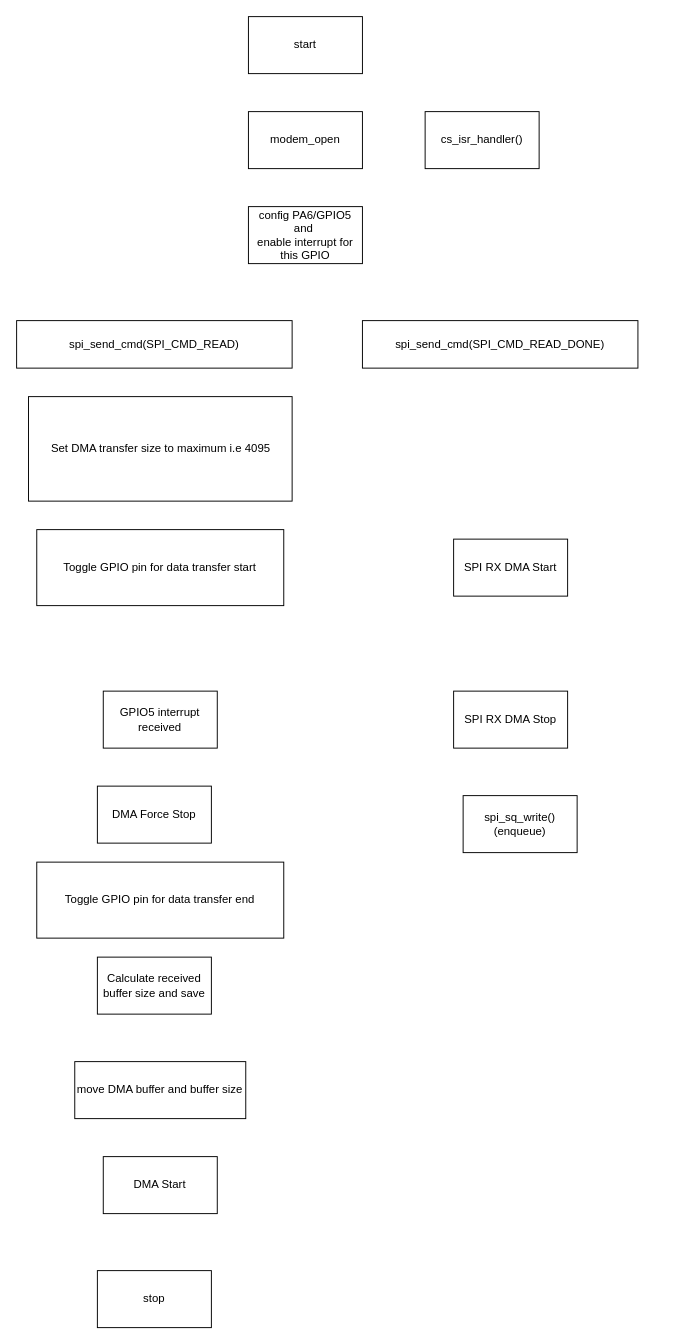
The draw.io diagram dma_spi_modem.drawio in nishitp007/temp, before the edit. Source tidied: cells renumbered, new cells numbered last; positions are measured from the earlier drawing's top-left corner, leaving out a move shared by most shapes. Both pictures are drawn from the tidied source at 95%, with x=0, y=0 at pixel (16, 16).
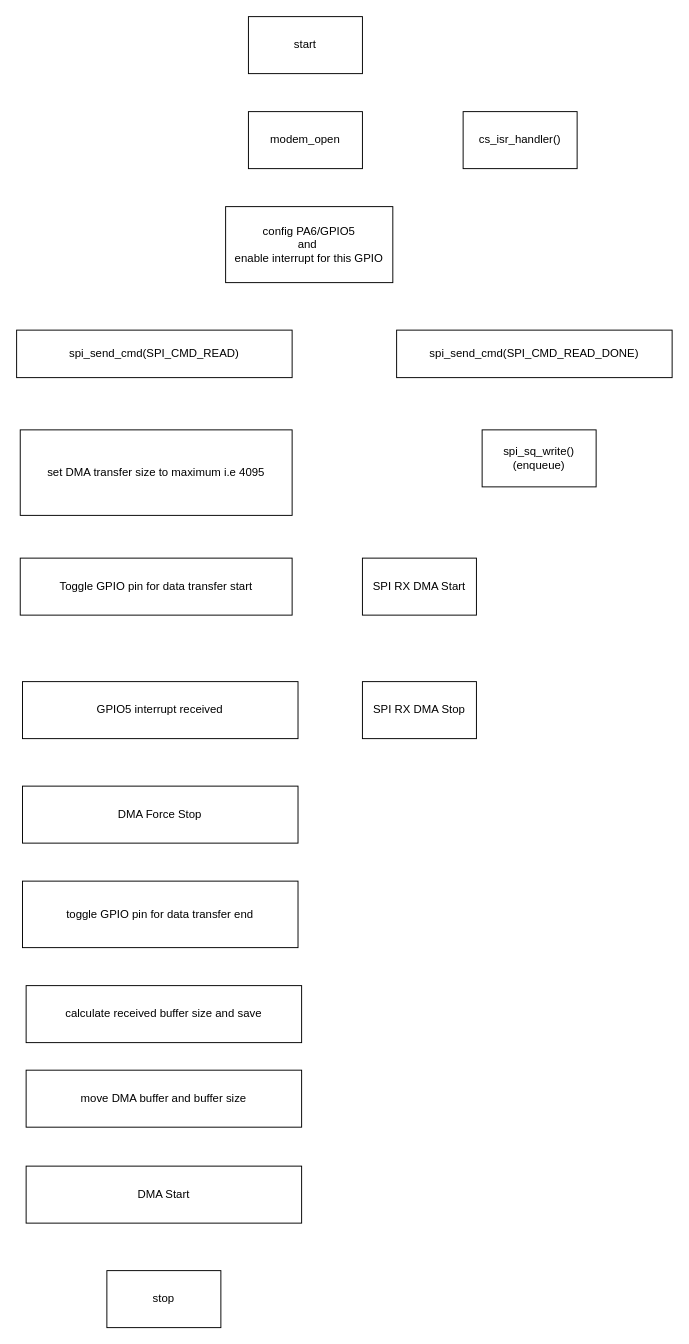
The same page after the edit.

Diff of the diagram source:
```diff
@@
 <mxGraphModel>
   <root>
     <mxCell id="0" />
     <mxCell id="1" parent="0" />
     <mxCell id="2" value="start" style="rounded=0;whiteSpace=wrap;html=1;" parent="1" vertex="1">
       <mxGeometry x="244" width="120" height="60" as="geometry" />
     </mxCell>
     <mxCell id="3" value="modem_open" style="rounded=0;whiteSpace=wrap;html=1;" parent="1" vertex="1">
       <mxGeometry x="244" y="100" width="120" height="60" as="geometry" />
     </mxCell>
     <mxCell id="4" value="config PA6/GPIO5&lt;br&gt;and&amp;nbsp;&lt;br&gt;enable interrupt for this GPIO" style="rounded=0;whiteSpace=wrap;html=1;" parent="1" vertex="1">
-      <mxGeometry x="244" y="200" width="120" height="60" as="geometry" />
+      <mxGeometry x="220" y="200" width="176" height="80" as="geometry" />
     </mxCell>
     <mxCell id="5" value="spi_send_cmd(SPI_CMD_READ)" style="rounded=0;whiteSpace=wrap;html=1;" parent="1" vertex="1">
-      <mxGeometry y="320" width="290" height="50" as="geometry" />
+      <mxGeometry y="330" width="290" height="50" as="geometry" />
     </mxCell>
     <mxCell id="6" value="spi_send_cmd(SPI_CMD_READ_DONE)" style="rounded=0;whiteSpace=wrap;html=1;" parent="1" vertex="1">
-      <mxGeometry x="364" y="320" width="290" height="50" as="geometry" />
+      <mxGeometry x="400" y="330" width="290" height="50" as="geometry" />
     </mxCell>
     <mxCell id="7" value="cs_isr_handler()" style="rounded=0;whiteSpace=wrap;html=1;" parent="1" vertex="1">
-      <mxGeometry x="430" y="100" width="120" height="60" as="geometry" />
+      <mxGeometry x="470" y="100" width="120" height="60" as="geometry" />
     </mxCell>
     <mxCell id="8" value="Toggle GPIO pin for data transfer start" style="rounded=0;whiteSpace=wrap;html=1;" parent="1" vertex="1">
-      <mxGeometry x="21.2" y="540" width="260" height="80" as="geometry" />
+      <mxGeometry x="3.8" y="570" width="286.2" height="60" as="geometry" />
     </mxCell>
-    <mxCell id="9" value="Set DMA transfer size to maximum i.e 4095" style="rounded=0;whiteSpace=wrap;html=1;" parent="1" vertex="1">
-      <mxGeometry x="12.5" y="400" width="277.5" height="110" as="geometry" />
+    <mxCell id="9" value="set DMA transfer size to maximum i.e 4095" style="rounded=0;whiteSpace=wrap;html=1;" parent="1" vertex="1">
+      <mxGeometry x="3.8" y="435" width="286.2" height="90" as="geometry" />
     </mxCell>
     <mxCell id="10" value="SPI RX DMA Start" style="rounded=0;whiteSpace=wrap;html=1;" parent="1" vertex="1">
-      <mxGeometry x="460" y="550" width="120" height="60" as="geometry" />
+      <mxGeometry x="364" y="570" width="120" height="60" as="geometry" />
     </mxCell>
     <mxCell id="11" value="SPI RX DMA Stop" style="rounded=0;whiteSpace=wrap;html=1;" parent="1" vertex="1">
-      <mxGeometry x="460" y="710" width="120" height="60" as="geometry" />
+      <mxGeometry x="364" y="700" width="120" height="60" as="geometry" />
     </mxCell>
     <mxCell id="12" value="GPIO5 interrupt received" style="rounded=0;whiteSpace=wrap;html=1;" parent="1" vertex="1">
-      <mxGeometry x="91.2" y="710" width="120" height="60" as="geometry" />
+      <mxGeometry x="6.2" y="700" width="290" height="60" as="geometry" />
     </mxCell>
     <mxCell id="13" value="DMA Force Stop" style="rounded=0;whiteSpace=wrap;html=1;" parent="1" vertex="1">
-      <mxGeometry x="85" y="810" width="120" height="60" as="geometry" />
+      <mxGeometry x="6.2" y="810" width="290" height="60" as="geometry" />
     </mxCell>
-    <mxCell id="14" value="Toggle GPIO pin for data transfer end" style="rounded=0;whiteSpace=wrap;html=1;" parent="1" vertex="1">
-      <mxGeometry x="21.2" y="890" width="260" height="80" as="geometry" />
+    <mxCell id="14" value="toggle GPIO pin for data transfer end" style="rounded=0;whiteSpace=wrap;html=1;" parent="1" vertex="1">
+      <mxGeometry x="6.2" y="910" width="290" height="70" as="geometry" />
     </mxCell>
     <mxCell id="15" value="spi_sq_write()&lt;br&gt;(enqueue)" style="rounded=0;whiteSpace=wrap;html=1;" parent="1" vertex="1">
-      <mxGeometry x="470" y="820" width="120" height="60" as="geometry" />
+      <mxGeometry x="490" y="435" width="120" height="60" as="geometry" />
     </mxCell>
-    <mxCell id="16" value="Calculate received buffer size and save" style="rounded=0;whiteSpace=wrap;html=1;" parent="1" vertex="1">
-      <mxGeometry x="85" y="990" width="120" height="60" as="geometry" />
+    <mxCell id="16" value="calculate received buffer size and save" style="rounded=0;whiteSpace=wrap;html=1;" parent="1" vertex="1">
+      <mxGeometry x="10" y="1020" width="290" height="60" as="geometry" />
     </mxCell>
     <mxCell id="17" value="move DMA buffer and buffer size" style="rounded=0;whiteSpace=wrap;html=1;" parent="1" vertex="1">
-      <mxGeometry x="61.2" y="1100" width="180" height="60" as="geometry" />
+      <mxGeometry x="10" y="1109" width="290" height="60" as="geometry" />
     </mxCell>
     <mxCell id="18" value="DMA Start" style="rounded=0;whiteSpace=wrap;html=1;" parent="1" vertex="1">
-      <mxGeometry x="91.2" y="1200" width="120" height="60" as="geometry" />
+      <mxGeometry x="10" y="1210" width="290" height="60" as="geometry" />
     </mxCell>
     <mxCell id="19" value="stop" style="rounded=0;whiteSpace=wrap;html=1;" parent="1" vertex="1">
-      <mxGeometry x="85" y="1320" width="120" height="60" as="geometry" />
+      <mxGeometry x="95" y="1320" width="120" height="60" as="geometry" />
     </mxCell>
   </root>
 </mxGraphModel>
```
